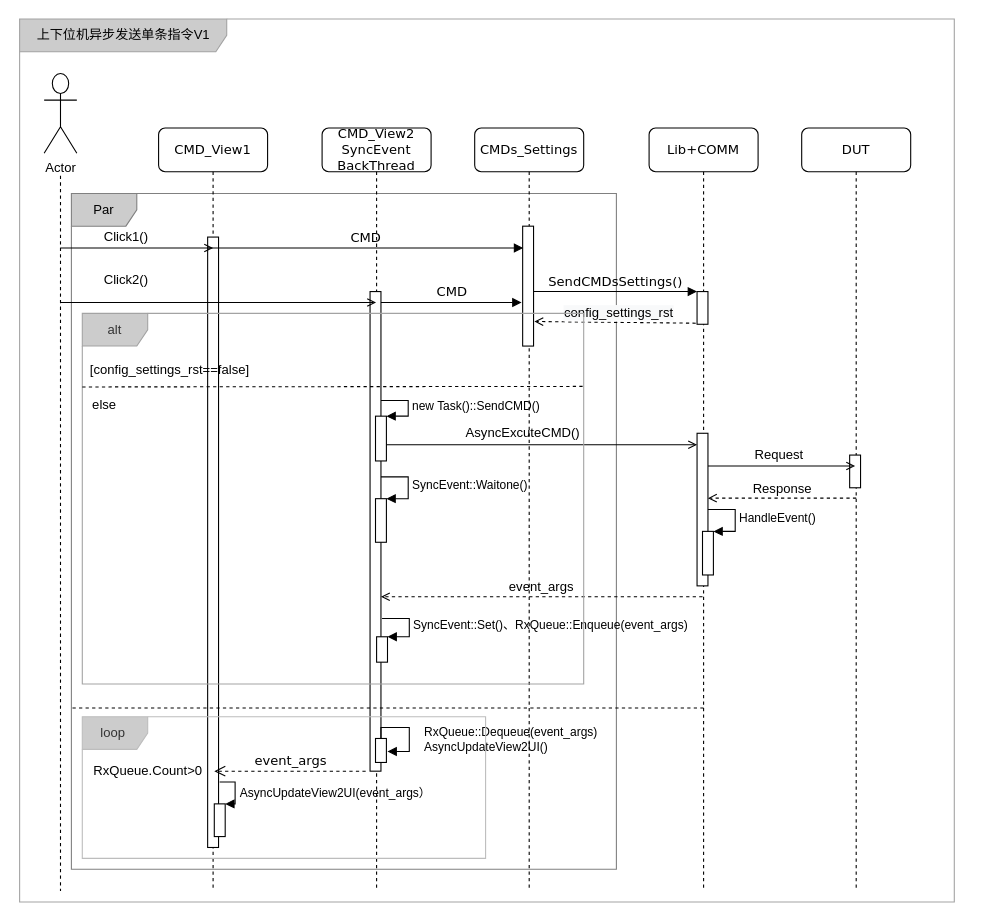
Before: page "V1" (1 of 3) of Untitled Diagram.drawio in houxiaoxuan/CSharpBasicCodePractice, a draw.io diagram. Source tidied: cells renumbered, new cells numbered last; positions are measured from the earlier drawing's top-left corner, leaving out a move shared by most shapes. Both pictures are drawn from the tidied source at 109%, with x=0, y=0 at pixel (19, 19).
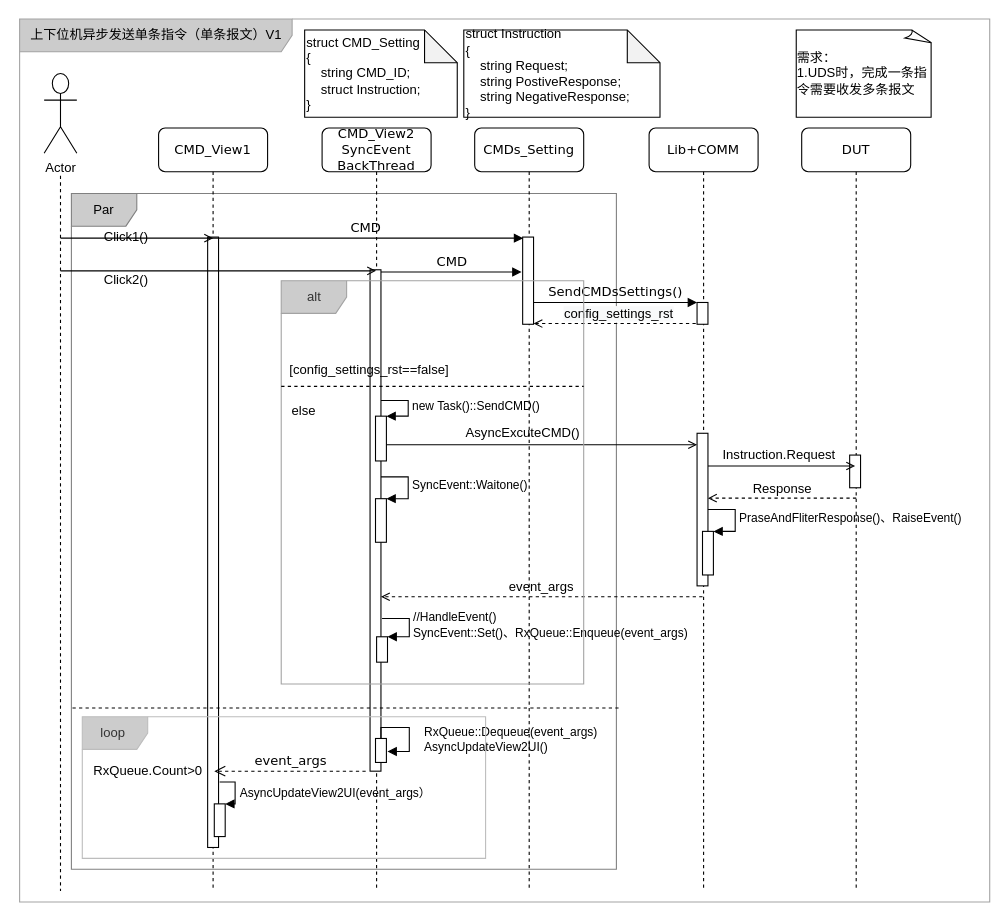
After the change.

Unchanged cells that the change refers to:
```xml
<mxCell id="4" value="CMD_View2&lt;br&gt;SyncEvent&lt;br&gt;BackThread" style="shape=umlLifeline;perimeter=lifelinePerimeter;whiteSpace=wrap;html=1;outlineConnect=0;rounded=1;shadow=0;comic=0;labelBackgroundColor=none;strokeWidth=1;fontFamily=Verdana;fontSize=12;align=center;" parent="1" vertex="1">
  <mxGeometry x="278" y="100" width="100" height="700" as="geometry" />
</mxCell>
<mxCell id="13" value="Lib+COMM" style="shape=umlLifeline;perimeter=lifelinePerimeter;whiteSpace=wrap;html=1;rounded=1;shadow=0;comic=0;labelBackgroundColor=none;strokeWidth=1;fontFamily=Verdana;fontSize=12;align=center;" parent="1" vertex="1">
  <mxGeometry x="578" y="100" width="100" height="700" as="geometry" />
</mxCell>
<mxCell id="28" style="group;" parent="1" vertex="1">
  <mxGeometry x="328" y="550" width="30" height="50" as="geometry" />
</mxCell>
<mxCell id="29" style="html=1;points=[];perimeter=orthogonalPerimeter;" parent="28" vertex="1">
  <mxGeometry y="16.7" width="10" height="23.3" as="geometry" />
</mxCell>
<mxCell id="32" style="group;" parent="1" vertex="1">
  <mxGeometry x="627" y="390" width="141" height="120" as="geometry" />
</mxCell>
<mxCell id="35" style="html=1;points=[];perimeter=orthogonalPerimeter;" parent="32" vertex="1">
  <mxGeometry y="80" width="10" height="40" as="geometry" />
</mxCell>
```

Diff of the diagram source:
```diff
@@
-    <mxCell id="2" value="上下位机异步发送单条指令V1" style="shape=umlFrame;whiteSpace=wrap;html=1;strokeColor=#A3A3A3;fillColor=#CCCCCC;width=190;height=30;" parent="1" vertex="1">
-      <mxGeometry x="0.5" width="857.5" height="810" as="geometry" />
+    <mxCell id="2" value="上下位机异步发送单条指令（单条报文）V1" style="shape=umlFrame;whiteSpace=wrap;html=1;strokeColor=#A3A3A3;fillColor=#CCCCCC;width=250;height=30;" parent="1" vertex="1">
+      <mxGeometry x="0.5" width="890" height="810" as="geometry" />
     </mxCell>
@@
     <mxCell id="5" style="html=1;points=[];perimeter=orthogonalPerimeter;rounded=0;shadow=0;comic=0;labelBackgroundColor=none;strokeWidth=1;fontFamily=Verdana;fontSize=12;align=center;" parent="4" vertex="1">
-      <mxGeometry x="44" y="150" width="10" height="440" as="geometry" />
+      <mxGeometry x="44" y="130" width="10" height="460" as="geometry" />
     </mxCell>
@@
-    <mxCell id="11" value="CMDs_Settings" style="shape=umlLifeline;perimeter=lifelinePerimeter;whiteSpace=wrap;html=1;rounded=1;shadow=0;comic=0;labelBackgroundColor=none;strokeWidth=1;fontFamily=Verdana;fontSize=12;align=center;" parent="1" vertex="1">
+    <mxCell id="11" value="CMDs_Setting" style="shape=umlLifeline;perimeter=lifelinePerimeter;whiteSpace=wrap;html=1;rounded=1;shadow=0;comic=0;labelBackgroundColor=none;strokeWidth=1;fontFamily=Verdana;fontSize=12;align=center;" parent="1" vertex="1">
       <mxGeometry x="418" y="100" width="100" height="700" as="geometry" />
     </mxCell>
     <mxCell id="12" style="html=1;points=[];perimeter=orthogonalPerimeter;rounded=0;shadow=0;comic=0;labelBackgroundColor=none;strokeWidth=1;fontFamily=Verdana;fontSize=12;align=center;" parent="11" vertex="1">
-      <mxGeometry x="44" y="90" width="10" height="110" as="geometry" />
+      <mxGeometry x="44" y="100" width="10" height="80" as="geometry" />
     </mxCell>
@@
     <mxCell id="14" style="html=1;points=[];perimeter=orthogonalPerimeter;rounded=0;shadow=0;comic=0;labelBackgroundColor=none;strokeWidth=1;fontFamily=Verdana;fontSize=12;align=center;" parent="13" vertex="1">
-      <mxGeometry x="44" y="150" width="10" height="30" as="geometry" />
+      <mxGeometry x="44" y="160" width="10" height="20" as="geometry" />
     </mxCell>
@@
-    <mxCell id="18" value="CMD" style="html=1;verticalAlign=bottom;endArrow=block;labelBackgroundColor=none;fontFamily=Verdana;fontSize=12;edgeStyle=elbowEdgeStyle;elbow=vertical;" parent="1" edge="1" source="5">
+    <mxCell id="18" value="CMD" style="html=1;verticalAlign=bottom;endArrow=block;labelBackgroundColor=none;fontFamily=Verdana;fontSize=12;edgeStyle=elbowEdgeStyle;elbow=vertical;" parent="1" edge="1">
       <mxGeometry relative="1" as="geometry">
-        <mxPoint x="461" y="260" as="targetPoint" />
+        <mxPoint x="332" y="232" as="sourcePoint" />
+        <mxPoint x="461" y="232" as="targetPoint" />
       </mxGeometry>
     </mxCell>
@@
     <mxCell id="21" value="CMD" style="html=1;verticalAlign=bottom;endArrow=block;labelBackgroundColor=none;fontFamily=Verdana;fontSize=12;edgeStyle=elbowEdgeStyle;elbow=vertical;" parent="1" edge="1">
       <mxGeometry relative="1" as="geometry">
-        <mxPoint x="173" y="210" as="sourcePoint" />
-        <mxPoint x="462.5" y="210" as="targetPoint" />
+        <mxPoint x="173" y="201" as="sourcePoint" />
+        <mxPoint x="462.5" y="201" as="targetPoint" />
       </mxGeometry>
     </mxCell>
     <mxCell id="22" style="endArrow=open;endFill=1;endSize=6;html=1;labelBackgroundColor=none;" parent="1" edge="1">
       <mxGeometry relative="1" as="geometry">
-        <mxPoint x="38" y="210" as="sourcePoint" />
-        <mxPoint x="178" y="210" as="targetPoint" />
+        <mxPoint x="38" y="201" as="sourcePoint" />
+        <mxPoint x="178" y="201" as="targetPoint" />
       </mxGeometry>
     </mxCell>
@@
-    <mxCell id="25" style="endArrow=open;endFill=1;endSize=6;html=1;labelBackgroundColor=none;" parent="1" edge="1" target="4">
+    <mxCell id="25" style="endArrow=open;endFill=1;endSize=6;html=1;labelBackgroundColor=none;" parent="1" edge="1">
       <mxGeometry relative="1" as="geometry">
-        <mxPoint x="38" y="260" as="sourcePoint" />
+        <mxPoint x="38" y="231" as="sourcePoint" />
+        <mxPoint x="327.5" y="231" as="targetPoint" />
         <Array as="points">
-          <mxPoint x="258" y="260" />
+          <mxPoint x="258" y="231" />
         </Array>
       </mxGeometry>
     </mxCell>
@@
-    <mxCell id="30" value="SyncEvent::Set()、RxQueue::Enqueue(event_args)" style="edgeStyle=orthogonalEdgeStyle;html=1;align=left;spacingLeft=2;endArrow=block;rounded=0;entryX=1;entryY=0;labelBackgroundColor=none;" parent="28" edge="1" target="29">
+    <mxCell id="30" value="//HandleEvent()&lt;br&gt;SyncEvent::Set()、RxQueue::Enqueue(event_args)" style="edgeStyle=orthogonalEdgeStyle;html=1;align=left;spacingLeft=2;endArrow=block;rounded=0;entryX=1;entryY=0;labelBackgroundColor=none;" parent="28" edge="1" target="29">
       <mxGeometry relative="1" as="geometry">
         <mxPoint x="5" as="sourcePoint" />
         <Array as="points">
           <mxPoint x="30" />
         </Array>
       </mxGeometry>
     </mxCell>
@@
-    <mxCell id="34" value="Request" style="text;html=1;align=center;verticalAlign=middle;" parent="32" vertex="1">
-      <mxGeometry x="40" width="60" height="20" as="geometry" />
+    <mxCell id="34" value="Instruction.Request" style="text;html=1;align=center;verticalAlign=middle;" parent="32" vertex="1">
+      <mxGeometry x="10" width="120" height="20" as="geometry" />
     </mxCell>
@@
-    <mxCell id="36" value="HandleEvent()" style="edgeStyle=orthogonalEdgeStyle;html=1;align=left;spacingLeft=2;endArrow=block;rounded=0;entryX=1;entryY=0;labelBackgroundColor=none;" parent="32" edge="1" target="35">
+    <mxCell id="36" value="PraseAndFliterResponse()、RaiseEvent()" style="edgeStyle=orthogonalEdgeStyle;html=1;align=left;spacingLeft=2;endArrow=block;rounded=0;entryX=1;entryY=0;labelBackgroundColor=none;" parent="32" edge="1" target="35">
       <mxGeometry relative="1" as="geometry">
         <mxPoint x="5" y="60" as="sourcePoint" />
         <Array as="points">
           <mxPoint x="30" y="60" />
         </Array>
       </mxGeometry>
     </mxCell>
@@
-    <mxCell id="38" style="endArrow=open;dashed=1;endFill=0;endSize=6;html=1;labelBackgroundColor=none;exitX=-0.12;exitY=0.967;exitDx=0;exitDy=0;exitPerimeter=0;entryX=1.08;entryY=0.795;entryDx=0;entryDy=0;entryPerimeter=0;" parent="1" edge="1" source="14" target="12">
+    <mxCell id="38" style="endArrow=open;dashed=1;endFill=0;endSize=6;html=1;labelBackgroundColor=none;exitX=-0.12;exitY=0.967;exitDx=0;exitDy=0;exitPerimeter=0;" parent="1" edge="1" source="14" target="12">
       <mxGeometry relative="1" as="geometry" />
     </mxCell>
@@
     <mxCell id="40" value="event_args" style="html=1;verticalAlign=bottom;endArrow=open;dashed=1;endSize=8;labelBackgroundColor=none;fontFamily=Verdana;fontSize=12;entryX=0.264;entryY=0.623;entryDx=0;entryDy=0;entryPerimeter=0;" parent="1" edge="1">
-      <mxGeometry x="191.1" y="623.2" as="geometry">
+      <mxGeometry x="118.6" y="633.2" as="geometry">
         <mxPoint x="318" y="690" as="sourcePoint" />
         <mxPoint x="179.1" y="690" as="targetPoint" />
       </mxGeometry>
     </mxCell>
@@
     <mxCell id="44" style="endArrow=none;dashed=1;html=1;labelBackgroundColor=none;fontFamily=Verdana;fontSize=12;" parent="1" edge="1">
       <mxGeometry relative="1" as="geometry">
         <mxPoint x="49" y="632" as="sourcePoint" />
-        <mxPoint x="628" y="632" as="targetPoint" />
+        <mxPoint x="550.5" y="632" as="targetPoint" />
         <Array as="points">
           <mxPoint x="418" y="632" />
         </Array>
       </mxGeometry>
     </mxCell>
-    <mxCell id="45" value="SendCMDsSettings()" style="html=1;verticalAlign=bottom;endArrow=block;entryX=0;entryY=0;labelBackgroundColor=none;fontFamily=Verdana;fontSize=12;edgeStyle=elbowEdgeStyle;elbow=vertical;" parent="1" edge="1" source="12" target="14">
-      <mxGeometry x="360" y="567.4" as="geometry" />
+    <mxCell id="45" value="SendCMDsSettings()" style="html=1;verticalAlign=bottom;endArrow=block;entryX=0;entryY=0;labelBackgroundColor=none;fontFamily=Verdana;fontSize=12;edgeStyle=elbowEdgeStyle;elbow=vertical;" parent="1" edge="1">
+      <mxGeometry x="287.5" y="587.4" as="geometry">
+        <mxPoint x="472" y="260" as="sourcePoint" />
+        <mxPoint x="622" y="260" as="targetPoint" />
+      </mxGeometry>
     </mxCell>
     <mxCell id="46" value="alt" style="shape=umlFrame;whiteSpace=wrap;html=1;fontColor=#333333;strokeColor=#A3A3A3;fillColor=#CCCCCC;" parent="1" vertex="1">
-      <mxGeometry x="58" y="270" width="460" height="340" as="geometry" />
+      <mxGeometry x="240.5" y="240" width="277.5" height="370" as="geometry" />
     </mxCell>
     <mxCell id="47" style="endArrow=none;dashed=1;html=1;labelBackgroundColor=none;" parent="1" edge="1">
-      <mxGeometry x="180" y="280" as="geometry">
-        <mxPoint x="58" y="337.5" as="sourcePoint" />
+      <mxGeometry x="107.5" y="290" as="geometry">
+        <mxPoint x="240.5" y="337" as="sourcePoint" />
         <mxPoint x="518" y="337" as="targetPoint" />
       </mxGeometry>
     </mxCell>
     <mxCell id="48" value="else" style="text;html=1;align=center;verticalAlign=middle;" parent="1" vertex="1">
-      <mxGeometry x="58" y="343.8" width="40" height="20" as="geometry" />
+      <mxGeometry x="240.5" y="350" width="40" height="20" as="geometry" />
     </mxCell>
     <mxCell id="49" value="[config_settings_rst==false]" style="text;html=1;align=center;verticalAlign=middle;" parent="1" vertex="1">
-      <mxGeometry x="58" y="312.2" width="160" height="20" as="geometry" />
+      <mxGeometry x="240.5" y="312.2" width="160" height="20" as="geometry" />
     </mxCell>
@@
     <mxCell id="51" value="RxQueue::Dequeue(event_args)&lt;br&gt;AsyncUpdateView2UI()" style="edgeStyle=orthogonalEdgeStyle;html=1;align=left;spacingLeft=2;endArrow=block;rounded=0;labelBackgroundColor=none;" parent="1" edge="1">
-      <mxGeometry as="geometry">
+      <mxGeometry x="-72.5" y="10" as="geometry">
         <mxPoint x="332" y="673" as="sourcePoint" />
         <mxPoint x="338" y="672" as="targetPoint" />
         <Array as="points">
           <mxPoint x="332" y="650" />
           <mxPoint x="358" y="650" />
           <mxPoint x="358" y="672" />
         </Array>
         <mxPoint x="33" y="-12" as="offset" />
       </mxGeometry>
     </mxCell>
@@
+    <mxCell id="59" value="struct CMD_Setting&lt;br&gt;{&lt;br&gt;&amp;nbsp; &amp;nbsp; string CMD_ID;&lt;br&gt;&amp;nbsp; &amp;nbsp; struct Instruction;&lt;br&gt;}" style="shape=note;whiteSpace=wrap;html=1;backgroundOutline=1;darkOpacity=0.05;align=left;" parent="1" vertex="1">
+      <mxGeometry x="262" y="10" width="140" height="80" as="geometry" />
+    </mxCell>
+    <mxCell id="60" value="struct Instruction&lt;br&gt;{&lt;br&gt;&amp;nbsp; &amp;nbsp; string Request;&lt;br&gt;&amp;nbsp; &amp;nbsp; string PostiveResponse;&lt;br&gt;&amp;nbsp; &amp;nbsp; string NegativeResponse;&lt;br&gt;}" style="shape=note;whiteSpace=wrap;html=1;backgroundOutline=1;darkOpacity=0.05;align=left;" parent="1" vertex="1">
+      <mxGeometry x="408" y="10" width="180" height="80" as="geometry" />
+    </mxCell>
+    <mxCell id="61" value="&lt;div style=&quot;text-align: left&quot;&gt;&lt;span&gt;需求：&lt;/span&gt;&lt;/div&gt;&lt;div style=&quot;text-align: left&quot;&gt;&lt;span&gt;1.UDS时，完成一条指令需要收发多条报文&lt;/span&gt;&lt;/div&gt;" style="whiteSpace=wrap;html=1;shape=mxgraph.basic.document;" parent="1" vertex="1">
+      <mxGeometry x="713" y="10" width="125" height="80" as="geometry" />
+    </mxCell>
```
